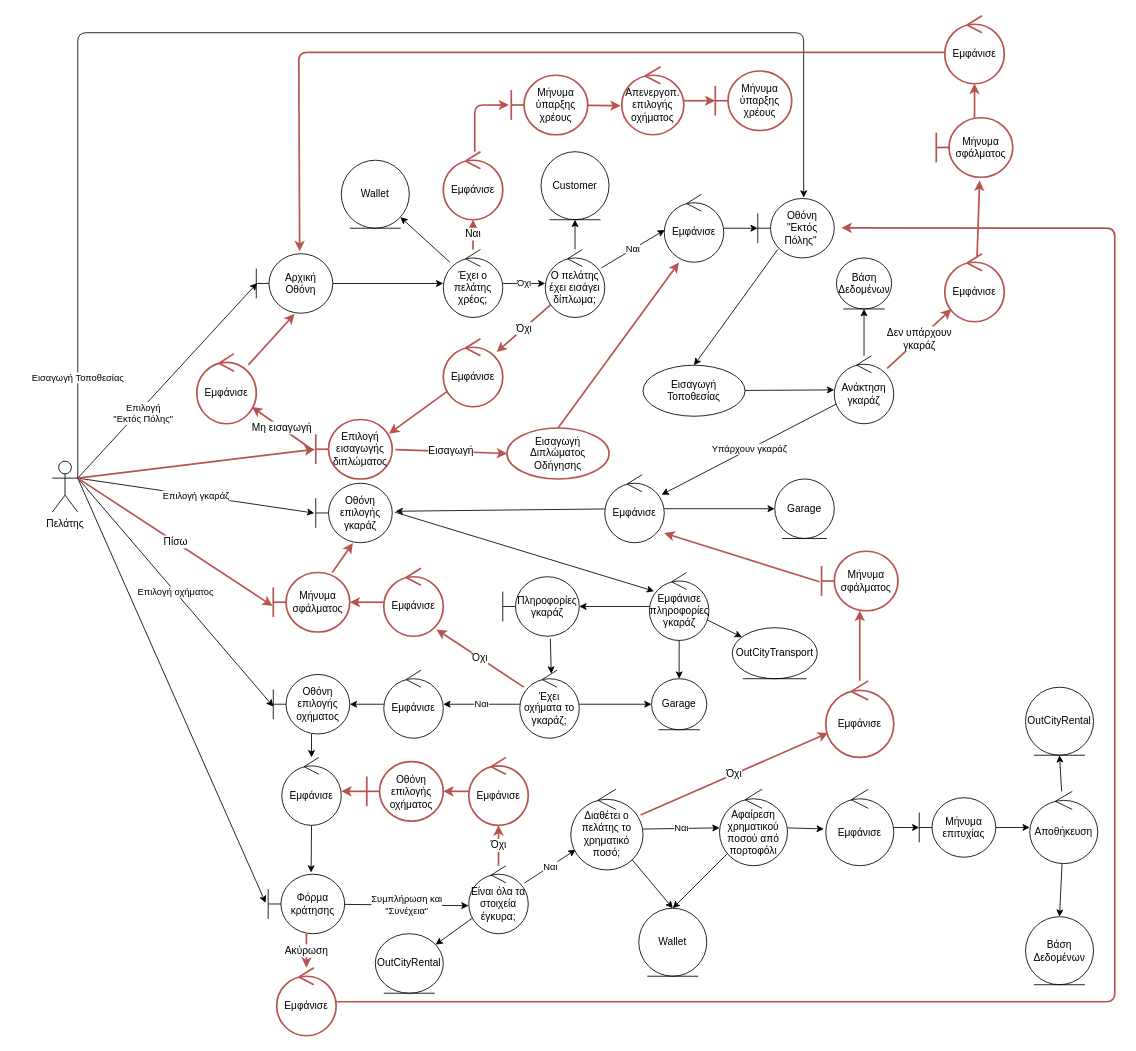
Nikolis2002/texnoligia_logismikou keeps this draw.io diagram as Part_2/Robustness/diagrams/11_Βραχυπρόθεσμο_Ταξίδι.drawio. Above is the earlier version. Source tidied: cells renumbered, new cells numbered last; positions are measured from the earlier drawing's top-left corner, leaving out a move shared by most shapes. Both pictures are drawn from the tidied source at 85%, with x=0, y=0 at pixel (52, 15).
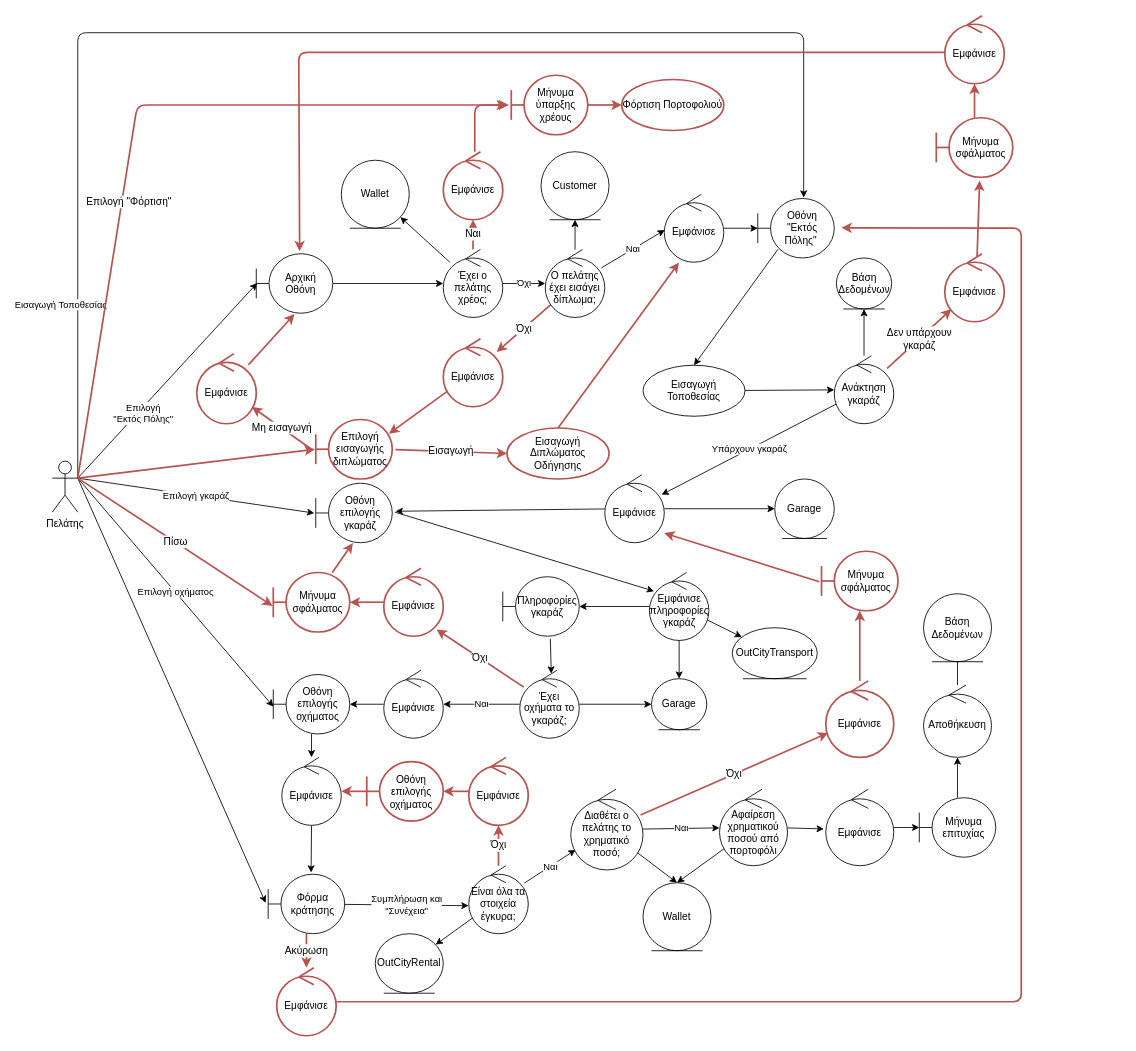
After the change.

The change refers to these unchanged cells:
```xml
<mxCell id="9" value="Πελάτης" style="shape=umlActor;verticalLabelPosition=bottom;verticalAlign=top;html=1;" parent="1" vertex="1">
  <mxGeometry y="524" width="30" height="60" as="geometry" />
</mxCell>
<mxCell id="72" value="Μήνυμα ύπαρξης χρέους" style="shape=umlBoundary;whiteSpace=wrap;html=1;fillColor=none;strokeColor=#b85450;strokeWidth=2;" parent="1" vertex="1">
  <mxGeometry x="540" y="70" width="90" height="70" as="geometry" />
</mxCell>
<mxCell id="93" value="Οθόνη &quot;Εκτός Πόλης&quot;&amp;nbsp;" style="shape=umlBoundary;whiteSpace=wrap;html=1;fillColor=default;strokeColor=default;strokeWidth=1;fontColor=default;" parent="1" vertex="1">
  <mxGeometry x="830" y="215" width="90" height="70" as="geometry" />
</mxCell>
<mxCell id="105" value="Εμφάνισε" style="ellipse;shape=umlControl;whiteSpace=wrap;html=1;strokeColor=#b85450;strokeWidth=2;" parent="1" vertex="1">
  <mxGeometry x="264" y="1120" width="70" height="80" as="geometry" />
</mxCell>
```

Change to the diagram source:
```diff
@@
     <mxCell id="7" value="Εισαγωγή Τοποθεσίας" style="edgeStyle=none;html=1;entryX=0.6;entryY=-0.014;entryDx=0;entryDy=0;entryPerimeter=0;exitX=1;exitY=0.3333333333333333;exitDx=0;exitDy=0;exitPerimeter=0;" parent="1" edge="1" source="9" target="93">
-      <mxGeometry x="-0.85" relative="1" as="geometry">
+      <mxGeometry x="-0.74" y="20" relative="1" as="geometry">
         <Array as="points">
           <mxPoint x="30" y="20" />
           <mxPoint x="884" y="20" />
         </Array>
       </mxGeometry>
     </mxCell>
@@
+    <mxCell id="118" value="Επιλογή &quot;Φόρτιση&quot;" style="edgeStyle=none;html=1;exitX=1;exitY=0.3333333333333333;exitDx=0;exitDy=0;exitPerimeter=0;entryX=-0.056;entryY=0.5;entryDx=0;entryDy=0;entryPerimeter=0;fontSize=12;strokeColor=#b85450;fillColor=default;strokeWidth=2;" parent="1" edge="1" source="9" target="72">
+      <mxGeometry x="-0.25" y="-8" relative="1" as="geometry">
+        <Array as="points">
+          <mxPoint x="100" y="105" />
+        </Array>
+      </mxGeometry>
+    </mxCell>
@@
     <mxCell id="60" value="Wallet" style="ellipse;shape=umlEntity;whiteSpace=wrap;html=1;" parent="1" vertex="1">
-      <mxGeometry x="690" y="1050" width="80" height="80" as="geometry" />
+      <mxGeometry x="695" y="1020" width="80" height="80" as="geometry" />
     </mxCell>
@@
-    <mxCell id="64" style="edgeStyle=none;html=1;entryX=0.5;entryY=1;entryDx=0;entryDy=0;" parent="1" edge="1" source="66" target="67">
-      <mxGeometry relative="1" as="geometry" />
-    </mxCell>
@@
     <mxCell id="66" value="Αποθήκευση" style="ellipse;shape=umlControl;whiteSpace=wrap;html=1;" parent="1" vertex="1">
-      <mxGeometry x="1150" y="912.5" width="80" height="85" as="geometry" />
+      <mxGeometry x="1025" y="787.5" width="80" height="85" as="geometry" />
     </mxCell>
-    <mxCell id="67" value="OutCityRental" style="ellipse;shape=umlEntity;whiteSpace=wrap;html=1;" parent="1" vertex="1">
-      <mxGeometry x="1145" y="790" width="80" height="80" as="geometry" />
-    </mxCell>
     <mxCell id="68" value="Βάση Δεδομένων" style="ellipse;shape=umlEntity;whiteSpace=wrap;html=1;" parent="1" vertex="1">
-      <mxGeometry x="1145" y="1060" width="80" height="80" as="geometry" />
+      <mxGeometry x="1025" y="680" width="80" height="80" as="geometry" />
     </mxCell>
@@
-    <mxCell id="71" style="edgeStyle=none;html=1;entryX=-0.018;entryY=0.573;entryDx=0;entryDy=0;entryPerimeter=0;fontSize=12;fillColor=default;strokeColor=#b85450;strokeWidth=2;" parent="1" edge="1" source="72" target="74">
+    <mxCell id="71" style="edgeStyle=none;html=1;entryX=0;entryY=0.5;entryDx=0;entryDy=0;fontSize=12;fillColor=default;strokeColor=#b85450;strokeWidth=2;" parent="1" edge="1" source="72" target="119">
       <mxGeometry relative="1" as="geometry" />
     </mxCell>
@@
-    <mxCell id="73" style="edgeStyle=none;html=1;fontSize=12;fillColor=default;strokeColor=#b85450;strokeWidth=2;" parent="1" edge="1" source="74" target="75">
-      <mxGeometry relative="1" as="geometry" />
-    </mxCell>
-    <mxCell id="74" value="Απενεργοπ. επιλογής οχήματος" style="ellipse;shape=umlControl;whiteSpace=wrap;html=1;fillColor=default;strokeColor=#b85450;strokeWidth=2;" parent="1" vertex="1">
-      <mxGeometry x="670" y="60" width="73" height="80" as="geometry" />
-    </mxCell>
-    <mxCell id="75" value="Μήνυμα ύπαρξης χρέους" style="shape=umlBoundary;whiteSpace=wrap;html=1;fillColor=none;strokeColor=#b85450;strokeWidth=2;" parent="1" vertex="1">
-      <mxGeometry x="780" y="65" width="90" height="70" as="geometry" />
-    </mxCell>
@@
     <mxCell id="104" style="edgeStyle=none;html=1;entryX=1.094;entryY=0.494;entryDx=0;entryDy=0;entryPerimeter=0;fontSize=12;fillColor=default;strokeColor=#b85450;strokeWidth=2;" parent="1" edge="1" source="105" target="93">
       <mxGeometry relative="1" as="geometry">
         <Array as="points">
-          <mxPoint x="1250" y="1160" />
-          <mxPoint x="1250" y="250" />
+          <mxPoint x="1140" y="1160" />
+          <mxPoint x="1140" y="710" />
+          <mxPoint x="1140" y="250" />
         </Array>
       </mxGeometry>
     </mxCell>
@@
+    <mxCell id="119" value="Φόρτιση Πορτοφολιού" style="ellipse;whiteSpace=wrap;html=1;fillColor=none;strokeColor=#b85450;strokeWidth=2;" parent="1" vertex="1">
+      <mxGeometry x="670" y="75" width="120" height="60" as="geometry" />
+    </mxCell>
```
